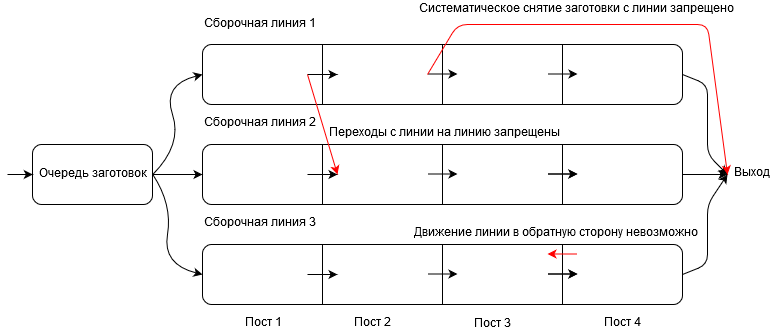
BarneyXF/DiplodocusDeBulbasaur keeps this draw.io diagram as pics/assemblyMain.png. Above is the earlier version. Source tidied: cells renumbered, new cells last; positions are measured from the earlier drawing's top-left corner, leaving out a move shared by most shapes. Its diagram source:
```xml
<mxGraphModel>
  <root>
    <mxCell id="0" />
    <mxCell id="1" parent="0" />
    <mxCell id="2" style="rounded=1;whiteSpace=wrap;html=1;" parent="1" vertex="1">
      <mxGeometry x="195" y="44" width="480" height="60" as="geometry" />
    </mxCell>
    <mxCell id="3" style="endArrow=none;html=1;entryX=0.25;entryY=0;entryDx=0;entryDy=0;exitX=0.25;exitY=1;exitDx=0;exitDy=0;" parent="1" edge="1" source="2" target="2">
      <mxGeometry relative="1" as="geometry" />
    </mxCell>
    <mxCell id="4" style="endArrow=none;html=1;exitX=0.5;exitY=1;exitDx=0;exitDy=0;entryX=0.5;entryY=0;entryDx=0;entryDy=0;" parent="1" edge="1" source="2" target="2">
      <mxGeometry relative="1" as="geometry" />
    </mxCell>
    <mxCell id="5" style="endArrow=none;html=1;entryX=0.75;entryY=1;entryDx=0;entryDy=0;exitX=0.75;exitY=0;exitDx=0;exitDy=0;" parent="1" edge="1" source="2" target="2">
      <mxGeometry relative="1" as="geometry" />
    </mxCell>
    <mxCell id="6" style="rounded=1;whiteSpace=wrap;html=1;" parent="1" vertex="1">
      <mxGeometry x="195" y="144" width="480" height="60" as="geometry" />
    </mxCell>
    <mxCell id="7" style="endArrow=none;html=1;entryX=0.25;entryY=0;entryDx=0;entryDy=0;exitX=0.25;exitY=1;exitDx=0;exitDy=0;" parent="1" edge="1" source="6" target="6">
      <mxGeometry relative="1" as="geometry" />
    </mxCell>
    <mxCell id="8" style="endArrow=none;html=1;exitX=0.5;exitY=1;exitDx=0;exitDy=0;entryX=0.5;entryY=0;entryDx=0;entryDy=0;" parent="1" edge="1" source="6" target="6">
      <mxGeometry relative="1" as="geometry" />
    </mxCell>
    <mxCell id="9" style="endArrow=none;html=1;entryX=0.75;entryY=1;entryDx=0;entryDy=0;exitX=0.75;exitY=0;exitDx=0;exitDy=0;" parent="1" edge="1" source="6" target="6">
      <mxGeometry relative="1" as="geometry" />
    </mxCell>
    <mxCell id="10" style="rounded=1;whiteSpace=wrap;html=1;" parent="1" vertex="1">
      <mxGeometry x="195" y="244" width="480" height="60" as="geometry" />
    </mxCell>
    <mxCell id="11" style="endArrow=none;html=1;entryX=0.25;entryY=0;entryDx=0;entryDy=0;exitX=0.25;exitY=1;exitDx=0;exitDy=0;" parent="1" edge="1" source="10" target="10">
      <mxGeometry relative="1" as="geometry" />
    </mxCell>
    <mxCell id="12" style="endArrow=none;html=1;exitX=0.5;exitY=1;exitDx=0;exitDy=0;entryX=0.5;entryY=0;entryDx=0;entryDy=0;" parent="1" edge="1" source="10" target="10">
      <mxGeometry relative="1" as="geometry" />
    </mxCell>
    <mxCell id="13" style="endArrow=none;html=1;entryX=0.75;entryY=1;entryDx=0;entryDy=0;exitX=0.75;exitY=0;exitDx=0;exitDy=0;" parent="1" edge="1" source="10" target="10">
      <mxGeometry relative="1" as="geometry" />
    </mxCell>
    <mxCell id="14" value="Очередь заготовок" style="rounded=1;whiteSpace=wrap;html=1;" parent="1" vertex="1">
      <mxGeometry x="25" y="144" width="120" height="60" as="geometry" />
    </mxCell>
    <mxCell id="15" style="curved=1;endArrow=classic;html=1;entryX=0;entryY=0.5;entryDx=0;entryDy=0;exitX=1;exitY=0.5;exitDx=0;exitDy=0;" parent="1" edge="1" source="14" target="2">
      <mxGeometry relative="1" as="geometry">
        <Array as="points">
          <mxPoint x="175" y="144" />
          <mxPoint x="155" y="84" />
        </Array>
      </mxGeometry>
    </mxCell>
    <mxCell id="16" style="endArrow=classic;html=1;exitX=1;exitY=0.5;exitDx=0;exitDy=0;entryX=0;entryY=0.5;entryDx=0;entryDy=0;" parent="1" edge="1" source="14" target="6">
      <mxGeometry relative="1" as="geometry" />
    </mxCell>
    <mxCell id="17" style="curved=1;endArrow=classic;html=1;entryX=0;entryY=0.5;entryDx=0;entryDy=0;exitX=1;exitY=0.5;exitDx=0;exitDy=0;" parent="1" edge="1" source="14" target="10">
      <mxGeometry relative="1" as="geometry">
        <Array as="points">
          <mxPoint x="165" y="204" />
          <mxPoint x="155" y="264" />
        </Array>
      </mxGeometry>
    </mxCell>
    <mxCell id="18" value="Сборочная линия 1" style="text;html=1;align=left;verticalAlign=top;spacingTop=-4;" parent="1" vertex="1">
      <mxGeometry x="195" y="15" width="130" height="20" as="geometry" />
    </mxCell>
    <mxCell id="19" value="Сборочная линия 2" style="text;html=1;align=left;verticalAlign=top;spacingTop=-4;" parent="1" vertex="1">
      <mxGeometry x="195" y="114" width="130" height="20" as="geometry" />
    </mxCell>
    <mxCell id="20" value="Сборочная линия 3" style="text;html=1;align=left;verticalAlign=top;spacingTop=-4;" parent="1" vertex="1">
      <mxGeometry x="195" y="214" width="130" height="20" as="geometry" />
    </mxCell>
    <mxCell id="21" value="Пост 1" style="text;html=1;align=left;verticalAlign=top;spacingTop=-4;" parent="1" vertex="1">
      <mxGeometry x="236" y="314" width="50" height="20" as="geometry" />
    </mxCell>
    <mxCell id="22" value="Пост 2" style="text;html=1;align=left;verticalAlign=top;spacingTop=-4;" parent="1" vertex="1">
      <mxGeometry x="345" y="314" width="50" height="20" as="geometry" />
    </mxCell>
    <mxCell id="23" value="Пост 3" style="text;html=1;align=left;verticalAlign=top;spacingTop=-4;" parent="1" vertex="1">
      <mxGeometry x="465" y="315" width="50" height="20" as="geometry" />
    </mxCell>
    <mxCell id="24" value="Пост 4" style="text;html=1;align=left;verticalAlign=top;spacingTop=-4;" parent="1" vertex="1">
      <mxGeometry x="595" y="314" width="50" height="20" as="geometry" />
    </mxCell>
    <mxCell id="25" style="endArrow=classic;html=1;entryX=0;entryY=0.5;entryDx=0;entryDy=0;" parent="1" edge="1" target="14">
      <mxGeometry relative="1" as="geometry">
        <mxPoint y="174" as="sourcePoint" />
      </mxGeometry>
    </mxCell>
    <mxCell id="26" style="endArrow=classic;html=1;" parent="1" edge="1">
      <mxGeometry relative="1" as="geometry">
        <mxPoint x="300" y="74" as="sourcePoint" />
        <mxPoint x="330" y="74" as="targetPoint" />
      </mxGeometry>
    </mxCell>
    <mxCell id="27" style="endArrow=classic;html=1;" parent="1" edge="1">
      <mxGeometry relative="1" as="geometry">
        <mxPoint x="420" y="73.5" as="sourcePoint" />
        <mxPoint x="450" y="73.5" as="targetPoint" />
      </mxGeometry>
    </mxCell>
    <mxCell id="28" style="endArrow=classic;html=1;" parent="1" edge="1">
      <mxGeometry relative="1" as="geometry">
        <mxPoint x="540" y="73.5" as="sourcePoint" />
        <mxPoint x="570" y="73.5" as="targetPoint" />
      </mxGeometry>
    </mxCell>
    <mxCell id="29" style="endArrow=none;html=1;entryX=0.25;entryY=0;entryDx=0;entryDy=0;exitX=0.25;exitY=1;exitDx=0;exitDy=0;" parent="1" edge="1">
      <mxGeometry relative="1" as="geometry">
        <mxPoint x="315" y="204.3" as="sourcePoint" />
        <mxPoint x="315" y="144.3" as="targetPoint" />
      </mxGeometry>
    </mxCell>
    <mxCell id="30" style="endArrow=none;html=1;exitX=0.5;exitY=1;exitDx=0;exitDy=0;entryX=0.5;entryY=0;entryDx=0;entryDy=0;" parent="1" edge="1">
      <mxGeometry relative="1" as="geometry">
        <mxPoint x="435" y="204.3" as="sourcePoint" />
        <mxPoint x="435" y="144.3" as="targetPoint" />
      </mxGeometry>
    </mxCell>
    <mxCell id="31" style="endArrow=none;html=1;entryX=0.75;entryY=1;entryDx=0;entryDy=0;exitX=0.75;exitY=0;exitDx=0;exitDy=0;" parent="1" edge="1">
      <mxGeometry relative="1" as="geometry">
        <mxPoint x="555" y="144.3" as="sourcePoint" />
        <mxPoint x="555" y="204.3" as="targetPoint" />
      </mxGeometry>
    </mxCell>
    <mxCell id="32" style="endArrow=classic;html=1;" parent="1" edge="1">
      <mxGeometry relative="1" as="geometry">
        <mxPoint x="300" y="174" as="sourcePoint" />
        <mxPoint x="330" y="174" as="targetPoint" />
      </mxGeometry>
    </mxCell>
    <mxCell id="33" style="endArrow=classic;html=1;" parent="1" edge="1">
      <mxGeometry relative="1" as="geometry">
        <mxPoint x="420" y="173.5" as="sourcePoint" />
        <mxPoint x="450" y="173.5" as="targetPoint" />
      </mxGeometry>
    </mxCell>
    <mxCell id="34" style="endArrow=classic;html=1;" parent="1" edge="1">
      <mxGeometry relative="1" as="geometry">
        <mxPoint x="540" y="173.5" as="sourcePoint" />
        <mxPoint x="570" y="173.5" as="targetPoint" />
      </mxGeometry>
    </mxCell>
    <mxCell id="35" style="endArrow=none;html=1;entryX=0.25;entryY=0;entryDx=0;entryDy=0;exitX=0.25;exitY=1;exitDx=0;exitDy=0;" parent="1" edge="1">
      <mxGeometry relative="1" as="geometry">
        <mxPoint x="315" y="304.3" as="sourcePoint" />
        <mxPoint x="315" y="244.3" as="targetPoint" />
      </mxGeometry>
    </mxCell>
    <mxCell id="36" style="endArrow=none;html=1;exitX=0.5;exitY=1;exitDx=0;exitDy=0;entryX=0.5;entryY=0;entryDx=0;entryDy=0;" parent="1" edge="1">
      <mxGeometry relative="1" as="geometry">
        <mxPoint x="435" y="304.3" as="sourcePoint" />
        <mxPoint x="435" y="244.3" as="targetPoint" />
      </mxGeometry>
    </mxCell>
    <mxCell id="37" style="endArrow=none;html=1;entryX=0.75;entryY=1;entryDx=0;entryDy=0;exitX=0.75;exitY=0;exitDx=0;exitDy=0;" parent="1" edge="1">
      <mxGeometry relative="1" as="geometry">
        <mxPoint x="555" y="244.3" as="sourcePoint" />
        <mxPoint x="555" y="304.3" as="targetPoint" />
      </mxGeometry>
    </mxCell>
    <mxCell id="38" style="endArrow=classic;html=1;" parent="1" edge="1">
      <mxGeometry relative="1" as="geometry">
        <mxPoint x="300" y="274" as="sourcePoint" />
        <mxPoint x="330" y="274" as="targetPoint" />
      </mxGeometry>
    </mxCell>
    <mxCell id="39" style="endArrow=classic;html=1;" parent="1" edge="1">
      <mxGeometry relative="1" as="geometry">
        <mxPoint x="420" y="273.5" as="sourcePoint" />
        <mxPoint x="450" y="273.5" as="targetPoint" />
      </mxGeometry>
    </mxCell>
    <mxCell id="40" style="endArrow=classic;html=1;" parent="1" edge="1">
      <mxGeometry relative="1" as="geometry">
        <mxPoint x="540" y="273.5" as="sourcePoint" />
        <mxPoint x="570" y="273.5" as="targetPoint" />
      </mxGeometry>
    </mxCell>
    <mxCell id="41" style="endArrow=classic;html=1;exitX=1;exitY=0.5;exitDx=0;exitDy=0;" parent="1" edge="1" source="2">
      <mxGeometry relative="1" as="geometry">
        <mxPoint x="720" y="174" as="targetPoint" />
        <Array as="points">
          <mxPoint x="700" y="84" />
          <mxPoint x="700" y="154" />
        </Array>
      </mxGeometry>
    </mxCell>
    <mxCell id="42" style="endArrow=none;html=1;entryX=0.75;entryY=1;entryDx=0;entryDy=0;exitX=0.75;exitY=0;exitDx=0;exitDy=0;" parent="1" edge="1">
      <mxGeometry relative="1" as="geometry">
        <mxPoint x="555" y="144.3" as="sourcePoint" />
        <mxPoint x="555" y="204.3" as="targetPoint" />
      </mxGeometry>
    </mxCell>
    <mxCell id="43" style="endArrow=classic;html=1;" parent="1" edge="1">
      <mxGeometry relative="1" as="geometry">
        <mxPoint x="540" y="173.5" as="sourcePoint" />
        <mxPoint x="570" y="173.5" as="targetPoint" />
      </mxGeometry>
    </mxCell>
    <mxCell id="44" style="endArrow=classic;html=1;exitX=1;exitY=0.5;exitDx=0;exitDy=0;" parent="1" edge="1" source="6">
      <mxGeometry relative="1" as="geometry">
        <mxPoint x="720" y="174" as="targetPoint" />
      </mxGeometry>
    </mxCell>
    <mxCell id="45" style="endArrow=none;html=1;entryX=0.75;entryY=1;entryDx=0;entryDy=0;exitX=0.75;exitY=0;exitDx=0;exitDy=0;" parent="1" edge="1">
      <mxGeometry relative="1" as="geometry">
        <mxPoint x="555" y="244.3" as="sourcePoint" />
        <mxPoint x="555" y="304.3" as="targetPoint" />
      </mxGeometry>
    </mxCell>
    <mxCell id="46" style="endArrow=classic;html=1;" parent="1" edge="1">
      <mxGeometry relative="1" as="geometry">
        <mxPoint x="540" y="273.5" as="sourcePoint" />
        <mxPoint x="570" y="273.5" as="targetPoint" />
      </mxGeometry>
    </mxCell>
    <mxCell id="47" style="endArrow=classic;html=1;exitX=1;exitY=0.5;exitDx=0;exitDy=0;" parent="1" edge="1" source="10">
      <mxGeometry relative="1" as="geometry">
        <mxPoint x="720" y="174" as="targetPoint" />
        <Array as="points">
          <mxPoint x="700" y="264" />
          <mxPoint x="700" y="204" />
        </Array>
      </mxGeometry>
    </mxCell>
    <mxCell id="48" value="Выход" style="text;html=1;align=left;verticalAlign=top;spacingTop=-4;" parent="1" vertex="1">
      <mxGeometry x="725" y="164" width="50" height="20" as="geometry" />
    </mxCell>
    <mxCell id="49" style="endArrow=classic;html=1;fillColor=#e51400;strokeColor=#FF0000;" parent="1" edge="1">
      <mxGeometry relative="1" as="geometry">
        <mxPoint x="300" y="74" as="sourcePoint" />
        <mxPoint x="330" y="174" as="targetPoint" />
      </mxGeometry>
    </mxCell>
    <mxCell id="50" value="Переходы с линии на линию запрещены" style="text;html=1;align=left;verticalAlign=top;spacingTop=-4;" parent="1" vertex="1">
      <mxGeometry x="320" y="124" width="250" height="20" as="geometry" />
    </mxCell>
    <mxCell id="51" style="endArrow=classic;html=1;fillColor=#e51400;strokeColor=#FF0000;" parent="1" edge="1">
      <mxGeometry relative="1" as="geometry">
        <mxPoint x="420" y="74" as="sourcePoint" />
        <mxPoint x="720" y="174" as="targetPoint" />
        <Array as="points">
          <mxPoint x="450" y="24" />
          <mxPoint x="700" y="24" />
        </Array>
      </mxGeometry>
    </mxCell>
    <mxCell id="52" value="Систематическое снятие заготовки с линии запрещено" style="text;html=1;align=left;verticalAlign=top;spacingTop=-4;" parent="1" vertex="1">
      <mxGeometry x="410" width="330" height="20" as="geometry" />
    </mxCell>
    <mxCell id="53" style="endArrow=classic;html=1;fillColor=#e51400;strokeColor=#FF0000;" parent="1" edge="1">
      <mxGeometry relative="1" as="geometry">
        <mxPoint x="570" y="253.5" as="sourcePoint" />
        <mxPoint x="540" y="253.5" as="targetPoint" />
      </mxGeometry>
    </mxCell>
    <mxCell id="54" value="Движение линии в обратную сторону невозможно" style="text;html=1;align=left;verticalAlign=top;spacingTop=-4;" parent="1" vertex="1">
      <mxGeometry x="405" y="224" width="300" height="20" as="geometry" />
    </mxCell>
  </root>
</mxGraphModel>
```
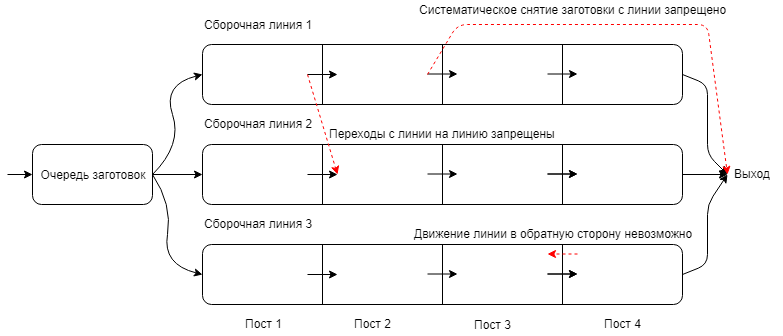
After the change.

Change to the diagram source:
```diff
@@ -226,7 +226,7 @@
     <mxCell id="48" value="Выход" style="text;html=1;align=left;verticalAlign=top;spacingTop=-4;" parent="1" vertex="1">
       <mxGeometry x="725" y="164" width="50" height="20" as="geometry" />
     </mxCell>
-    <mxCell id="49" style="endArrow=classic;html=1;fillColor=#e51400;strokeColor=#FF0000;" parent="1" edge="1">
+    <mxCell id="49" style="endArrow=classic;html=1;fillColor=#e51400;strokeColor=#FF0000;dashed=1;" parent="1" edge="1">
       <mxGeometry relative="1" as="geometry">
         <mxPoint x="300" y="74" as="sourcePoint" />
         <mxPoint x="330" y="174" as="targetPoint" />
@@ -235,7 +235,7 @@
     <mxCell id="50" value="Переходы с линии на линию запрещены" style="text;html=1;align=left;verticalAlign=top;spacingTop=-4;" parent="1" vertex="1">
       <mxGeometry x="320" y="124" width="250" height="20" as="geometry" />
     </mxCell>
-    <mxCell id="51" style="endArrow=classic;html=1;fillColor=#e51400;strokeColor=#FF0000;" parent="1" edge="1">
+    <mxCell id="51" style="endArrow=classic;html=1;fillColor=#e51400;strokeColor=#FF0000;dashed=1;" parent="1" edge="1">
       <mxGeometry relative="1" as="geometry">
         <mxPoint x="420" y="74" as="sourcePoint" />
         <mxPoint x="720" y="174" as="targetPoint" />
@@ -248,7 +248,7 @@
     <mxCell id="52" value="Систематическое снятие заготовки с линии запрещено" style="text;html=1;align=left;verticalAlign=top;spacingTop=-4;" parent="1" vertex="1">
       <mxGeometry x="410" width="330" height="20" as="geometry" />
     </mxCell>
-    <mxCell id="53" style="endArrow=classic;html=1;fillColor=#e51400;strokeColor=#FF0000;" parent="1" edge="1">
+    <mxCell id="53" style="endArrow=classic;html=1;fillColor=#e51400;strokeColor=#FF0000;dashed=1;" parent="1" edge="1">
       <mxGeometry relative="1" as="geometry">
         <mxPoint x="570" y="253.5" as="sourcePoint" />
         <mxPoint x="540" y="253.5" as="targetPoint" />
```
